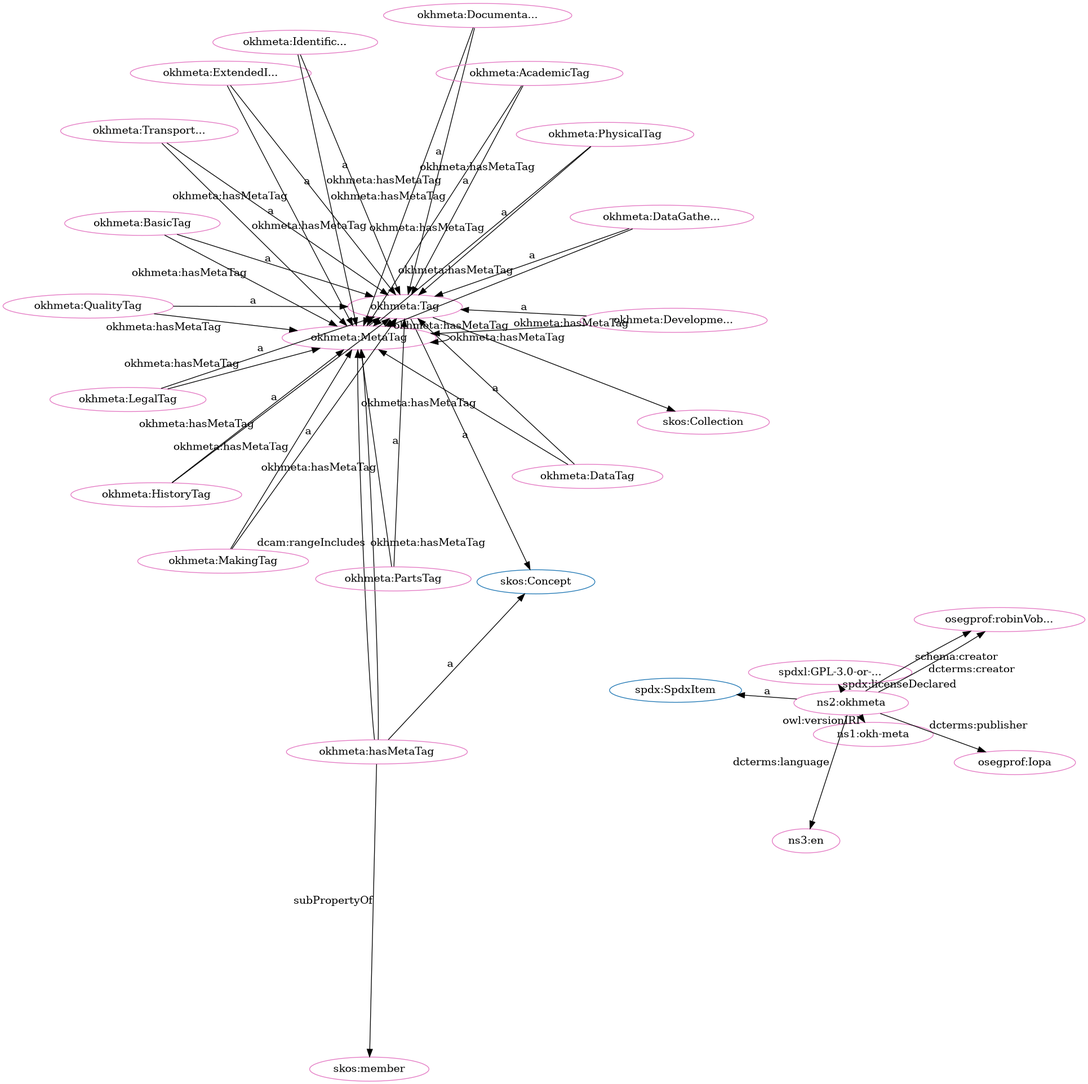
Above: src/spec/dot_okh-meta-clean.png in iop-alliance/OpenKnowHow (Graphviz), before the change. Its source is kept beside it as src/spec/dot_okh-meta-clean.dot.
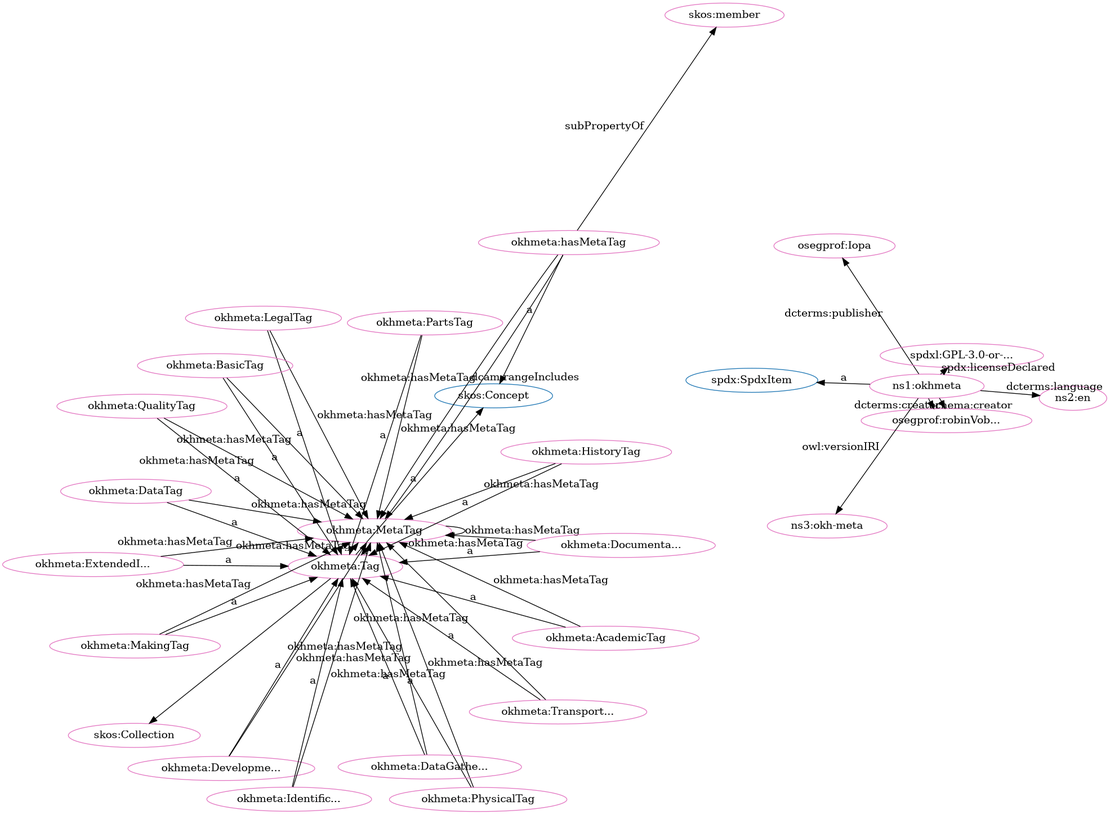
The same file after the commit.

The edit, as a diff of the source:
```diff
@@ -2,79 +2,79 @@
   rankdir=BT
   node[height=.3]
 "http://www.w3.org/2004/02/skos/core#Collection" [fillcolor="#1f77b4" color="#1f77b4" label="skos:Collection"]
+"http://www.w3.org/2004/02/skos/core#Concept" [fillcolor="#1f77b4" color="#1f77b4" label="skos:Concept"]
 "http://w3id.org/oseg/ont/okhmeta#Tag" [fillcolor="#1f77b4" color="#1f77b4" label="okhmeta:Tag"]
-"http://www.w3.org/2004/02/skos/core#Concept" [fillcolor="#1f77b4" color="#1f77b4" label="skos:Concept"]
 "http://spdx.org/rdf/terms#SpdxItem" [fillcolor="#1f77b4" color="#1f77b4" label="spdx:SpdxItem"]
-"http://w3id.org/oseg/ont/okhmeta#ExtendedInfoTag" [fillcolor="#e377c2" color="#e377c2" label="okhmeta:ExtendedI..."]
-"http://w3id.org/oseg/ont/okhmeta#PhysicalTag" [fillcolor="#e377c2" color="#e377c2" label="okhmeta:PhysicalTag"]
-"http://w3id.org/oseg/ont/1.1.0/okh-meta" [fillcolor="#e377c2" color="#e377c2" label="ns1:okh-meta"]
 "http://w3id.org/oseg/ont/okhmeta#MetaTag" [fillcolor="#e377c2" color="#e377c2" label="okhmeta:MetaTag"]
 "http://w3id.org/oseg/ont/okhmeta#QualityTag" [fillcolor="#e377c2" color="#e377c2" label="okhmeta:QualityTag"]
 "http://w3id.org/oseg/ont/okhmeta#hasMetaTag" [fillcolor="#e377c2" color="#e377c2" label="okhmeta:hasMetaTag"]
+"http://w3id.org/oseg/ont/okhmeta#DevelopmentTag" [fillcolor="#e377c2" color="#e377c2" label="okhmeta:Developme..."]
+"http://w3id.org/oseg/ont/oseg-profiles#robinVobruba" [fillcolor="#e377c2" color="#e377c2" label="osegprof:robinVob..."]
+"http://w3id.org/oseg/ont/okhmeta#PhysicalTag" [fillcolor="#e377c2" color="#e377c2" label="okhmeta:PhysicalTag"]
+"http://w3id.org/oseg/ont/okhmeta" [fillcolor="#e377c2" color="#e377c2" label="ns1:okhmeta"]
+"http://w3id.org/oseg/ont/okhmeta#DataTag" [fillcolor="#e377c2" color="#e377c2" label="okhmeta:DataTag"]
+"http://w3id.org/oseg/ont/okhmeta#AcademicTag" [fillcolor="#e377c2" color="#e377c2" label="okhmeta:AcademicTag"]
+"http://w3id.org/oseg/ont/okhmeta#TransportationTag" [fillcolor="#e377c2" color="#e377c2" label="okhmeta:Transport..."]
+"http://w3id.org/oseg/ont/okhmeta#LegalTag" [fillcolor="#e377c2" color="#e377c2" label="okhmeta:LegalTag"]
+"http://w3id.org/oseg/ont/okhmeta#IdentificationTag" [fillcolor="#e377c2" color="#e377c2" label="okhmeta:Identific..."]
+"http://w3id.org/oseg/ont/okhmeta#HistoryTag" [fillcolor="#e377c2" color="#e377c2" label="okhmeta:HistoryTag"]
+"http://w3id.org/oseg/ont/oseg-profiles#Iopa" [fillcolor="#e377c2" color="#e377c2" label="osegprof:Iopa"]
+"http://id.loc.gov/vocabulary/iso639-1/en" [fillcolor="#e377c2" color="#e377c2" label="ns2:en"]
+"http://www.w3.org/2004/02/skos/core#Collection" [fillcolor="#e377c2" color="#e377c2" label="skos:Collection"]
+"http://w3id.org/oseg/ont/okhmeta#DocumentationTag" [fillcolor="#e377c2" color="#e377c2" label="okhmeta:Documenta..."]
+"http://w3id.org/oseg/ont/okhmeta#DataGatheringTag" [fillcolor="#e377c2" color="#e377c2" label="okhmeta:DataGathe..."]
+"http://w3id.org/oseg/ont/okhmeta#ExtendedInfoTag" [fillcolor="#e377c2" color="#e377c2" label="okhmeta:ExtendedI..."]
+"http://spdx.org/licenses/GPL-3.0-or-later" [fillcolor="#e377c2" color="#e377c2" label="spdxl:GPL-3.0-or-..."]
+"http://w3id.org/oseg/ont/okhmeta#Tag" [fillcolor="#e377c2" color="#e377c2" label="okhmeta:Tag"]
+"http://w3id.org/oseg/ont/1.1.0/okh-meta" [fillcolor="#e377c2" color="#e377c2" label="ns3:okh-meta"]
+"http://www.w3.org/2004/02/skos/core#member" [fillcolor="#e377c2" color="#e377c2" label="skos:member"]
+"http://w3id.org/oseg/ont/okhmeta#MakingTag" [fillcolor="#e377c2" color="#e377c2" label="okhmeta:MakingTag"]
+"http://w3id.org/oseg/ont/okhmeta#BasicTag" [fillcolor="#e377c2" color="#e377c2" label="okhmeta:BasicTag"]
 "http://w3id.org/oseg/ont/okhmeta#PartsTag" [fillcolor="#e377c2" color="#e377c2" label="okhmeta:PartsTag"]
-"http://w3id.org/oseg/ont/okhmeta" [fillcolor="#e377c2" color="#e377c2" label="ns2:okhmeta"]
-"http://w3id.org/oseg/ont/okhmeta#MakingTag" [fillcolor="#e377c2" color="#e377c2" label="okhmeta:MakingTag"]
-"http://w3id.org/oseg/ont/okhmeta#DataGatheringTag" [fillcolor="#e377c2" color="#e377c2" label="okhmeta:DataGathe..."]
-"http://w3id.org/oseg/ont/okhmeta#HistoryTag" [fillcolor="#e377c2" color="#e377c2" label="okhmeta:HistoryTag"]
-"http://w3id.org/oseg/ont/okhmeta#TransportationTag" [fillcolor="#e377c2" color="#e377c2" label="okhmeta:Transport..."]
-"http://w3id.org/oseg/ont/okhmeta#DevelopmentTag" [fillcolor="#e377c2" color="#e377c2" label="okhmeta:Developme..."]
-"http://w3id.org/oseg/ont/okhmeta#Tag" [fillcolor="#e377c2" color="#e377c2" label="okhmeta:Tag"]
-"http://spdx.org/licenses/GPL-3.0-or-later" [fillcolor="#e377c2" color="#e377c2" label="spdxl:GPL-3.0-or-..."]
-"http://www.w3.org/2004/02/skos/core#member" [fillcolor="#e377c2" color="#e377c2" label="skos:member"]
-"http://www.w3.org/2004/02/skos/core#Collection" [fillcolor="#e377c2" color="#e377c2" label="skos:Collection"]
-"http://w3id.org/oseg/ont/oseg-profiles#Iopa" [fillcolor="#e377c2" color="#e377c2" label="osegprof:Iopa"]
-"http://w3id.org/oseg/ont/okhmeta#IdentificationTag" [fillcolor="#e377c2" color="#e377c2" label="okhmeta:Identific..."]
-"http://w3id.org/oseg/ont/oseg-profiles#robinVobruba" [fillcolor="#e377c2" color="#e377c2" label="osegprof:robinVob..."]
-"http://w3id.org/oseg/ont/okhmeta#DataTag" [fillcolor="#e377c2" color="#e377c2" label="okhmeta:DataTag"]
-"http://w3id.org/oseg/ont/okhmeta#LegalTag" [fillcolor="#e377c2" color="#e377c2" label="okhmeta:LegalTag"]
-"http://w3id.org/oseg/ont/okhmeta#BasicTag" [fillcolor="#e377c2" color="#e377c2" label="okhmeta:BasicTag"]
-"http://w3id.org/oseg/ont/okhmeta#DocumentationTag" [fillcolor="#e377c2" color="#e377c2" label="okhmeta:Documenta..."]
-"http://id.loc.gov/vocabulary/iso639-1/en" [fillcolor="#e377c2" color="#e377c2" label="ns3:en"]
-"http://w3id.org/oseg/ont/okhmeta#AcademicTag" [fillcolor="#e377c2" color="#e377c2" label="okhmeta:AcademicTag"]
-  "http://w3id.org/oseg/ont/okhmeta#ExtendedInfoTag" -> "http://w3id.org/oseg/ont/okhmeta#Tag" [label="a"]
-  "http://w3id.org/oseg/ont/okhmeta#PhysicalTag" -> "http://w3id.org/oseg/ont/okhmeta#Tag" [label="a"]
-  "http://w3id.org/oseg/ont/okhmeta" -> "http://w3id.org/oseg/ont/1.1.0/okh-meta" [label="owl:versionIRI"]
-  "http://w3id.org/oseg/ont/okhmeta#QualityTag" -> "http://w3id.org/oseg/ont/okhmeta#Tag" [label="a"]
-  "http://w3id.org/oseg/ont/okhmeta#PartsTag" -> "http://w3id.org/oseg/ont/okhmeta#Tag" [label="a"]
-  "http://w3id.org/oseg/ont/okhmeta#MakingTag" -> "http://w3id.org/oseg/ont/okhmeta#Tag" [label="a"]
-  "http://w3id.org/oseg/ont/okhmeta#DataGatheringTag" -> "http://w3id.org/oseg/ont/okhmeta#Tag" [label="a"]
+  "http://w3id.org/oseg/ont/okhmeta#PhysicalTag" -> "http://w3id.org/oseg/ont/okhmeta#MetaTag" [label="okhmeta:hasMetaTag"]
+  "http://w3id.org/oseg/ont/okhmeta#AcademicTag" -> "http://w3id.org/oseg/ont/okhmeta#MetaTag" [label="okhmeta:hasMetaTag"]
+  "http://w3id.org/oseg/ont/okhmeta#HistoryTag" -> "http://w3id.org/oseg/ont/okhmeta#MetaTag" [label="okhmeta:hasMetaTag"]
   "http://w3id.org/oseg/ont/okhmeta#Tag" -> "http://w3id.org/oseg/ont/okhmeta#MetaTag" [label="okhmeta:hasMetaTag"]
-  "http://w3id.org/oseg/ont/okhmeta#HistoryTag" -> "http://w3id.org/oseg/ont/okhmeta#Tag" [label="a"]
-  "http://w3id.org/oseg/ont/okhmeta#hasMetaTag" -> "http://w3id.org/oseg/ont/okhmeta#MetaTag" [label="dcam:rangeIncludes"]
-  "http://w3id.org/oseg/ont/okhmeta#DevelopmentTag" -> "http://w3id.org/oseg/ont/okhmeta#MetaTag" [label="okhmeta:hasMetaTag"]
-  "http://w3id.org/oseg/ont/okhmeta#DevelopmentTag" -> "http://w3id.org/oseg/ont/okhmeta#Tag" [label="a"]
-  "http://w3id.org/oseg/ont/okhmeta#PartsTag" -> "http://w3id.org/oseg/ont/okhmeta#MetaTag" [label="okhmeta:hasMetaTag"]
   "http://w3id.org/oseg/ont/okhmeta#DataGatheringTag" -> "http://w3id.org/oseg/ont/okhmeta#MetaTag" [label="okhmeta:hasMetaTag"]
-  "http://w3id.org/oseg/ont/okhmeta#BasicTag" -> "http://w3id.org/oseg/ont/okhmeta#MetaTag" [label="okhmeta:hasMetaTag"]
-  "http://w3id.org/oseg/ont/okhmeta#HistoryTag" -> "http://w3id.org/oseg/ont/okhmeta#MetaTag" [label="okhmeta:hasMetaTag"]
-  "http://w3id.org/oseg/ont/okhmeta" -> "http://w3id.org/oseg/ont/oseg-profiles#robinVobruba" [label="schema:creator"]
+  "http://w3id.org/oseg/ont/okhmeta#ExtendedInfoTag" -> "http://w3id.org/oseg/ont/okhmeta#MetaTag" [label="okhmeta:hasMetaTag"]
+  "http://w3id.org/oseg/ont/okhmeta#DataTag" -> "http://w3id.org/oseg/ont/okhmeta#Tag" [label="a"]
+  "http://w3id.org/oseg/ont/okhmeta#TransportationTag" -> "http://w3id.org/oseg/ont/okhmeta#Tag" [label="a"]
+  "http://w3id.org/oseg/ont/okhmeta#LegalTag" -> "http://w3id.org/oseg/ont/okhmeta#Tag" [label="a"]
+  "http://w3id.org/oseg/ont/okhmeta#IdentificationTag" -> "http://w3id.org/oseg/ont/okhmeta#Tag" [label="a"]
   "http://w3id.org/oseg/ont/okhmeta" -> "http://w3id.org/oseg/ont/oseg-profiles#robinVobruba" [label="dcterms:creator"]
-  "http://w3id.org/oseg/ont/okhmeta#LegalTag" -> "http://w3id.org/oseg/ont/okhmeta#MetaTag" [label="okhmeta:hasMetaTag"]
-  "http://w3id.org/oseg/ont/okhmeta#BasicTag" -> "http://w3id.org/oseg/ont/okhmeta#Tag" [label="a"]
   "http://w3id.org/oseg/ont/okhmeta#DocumentationTag" -> "http://w3id.org/oseg/ont/okhmeta#Tag" [label="a"]
   "http://w3id.org/oseg/ont/okhmeta#MetaTag" -> "http://w3id.org/oseg/ont/okhmeta#Tag" [label="a"]
+  "http://w3id.org/oseg/ont/okhmeta#Tag" -> "http://www.w3.org/2004/02/skos/core#Concept" [label="a"]
+  "http://w3id.org/oseg/ont/okhmeta#IdentificationTag" -> "http://w3id.org/oseg/ont/okhmeta#MetaTag" [label="okhmeta:hasMetaTag"]
+  "http://w3id.org/oseg/ont/okhmeta#MakingTag" -> "http://w3id.org/oseg/ont/okhmeta#MetaTag" [label="okhmeta:hasMetaTag"]
+  "http://w3id.org/oseg/ont/okhmeta#DocumentationTag" -> "http://w3id.org/oseg/ont/okhmeta#MetaTag" [label="okhmeta:hasMetaTag"]
+  "http://w3id.org/oseg/ont/okhmeta" -> "http://w3id.org/oseg/ont/1.1.0/okh-meta" [label="owl:versionIRI"]
+  "http://w3id.org/oseg/ont/okhmeta#hasMetaTag" -> "http://www.w3.org/2004/02/skos/core#member" [label="subPropertyOf"]
+  "http://w3id.org/oseg/ont/okhmeta#BasicTag" -> "http://w3id.org/oseg/ont/okhmeta#Tag" [label="a"]
+  "http://w3id.org/oseg/ont/okhmeta#PartsTag" -> "http://w3id.org/oseg/ont/okhmeta#Tag" [label="a"]
+  "http://w3id.org/oseg/ont/okhmeta#QualityTag" -> "http://w3id.org/oseg/ont/okhmeta#Tag" [label="a"]
+  "http://w3id.org/oseg/ont/okhmeta#DataTag" -> "http://w3id.org/oseg/ont/okhmeta#MetaTag" [label="okhmeta:hasMetaTag"]
+  "http://w3id.org/oseg/ont/okhmeta#TransportationTag" -> "http://w3id.org/oseg/ont/okhmeta#MetaTag" [label="okhmeta:hasMetaTag"]
+  "http://w3id.org/oseg/ont/okhmeta#LegalTag" -> "http://w3id.org/oseg/ont/okhmeta#MetaTag" [label="okhmeta:hasMetaTag"]
+  "http://w3id.org/oseg/ont/okhmeta#DevelopmentTag" -> "http://w3id.org/oseg/ont/okhmeta#Tag" [label="a"]
+  "http://w3id.org/oseg/ont/okhmeta" -> "http://w3id.org/oseg/ont/oseg-profiles#robinVobruba" [label="schema:creator"]
+  "http://w3id.org/oseg/ont/okhmeta#PhysicalTag" -> "http://w3id.org/oseg/ont/okhmeta#Tag" [label="a"]
+  "http://w3id.org/oseg/ont/okhmeta#AcademicTag" -> "http://w3id.org/oseg/ont/okhmeta#Tag" [label="a"]
+  "http://w3id.org/oseg/ont/okhmeta#hasMetaTag" -> "http://w3id.org/oseg/ont/okhmeta#MetaTag" [label="okhmeta:hasMetaTag"]
+  "http://w3id.org/oseg/ont/okhmeta" -> "http://spdx.org/rdf/terms#SpdxItem" [label="a"]
+  "http://w3id.org/oseg/ont/okhmeta#HistoryTag" -> "http://w3id.org/oseg/ont/okhmeta#Tag" [label="a"]
+  "http://w3id.org/oseg/ont/okhmeta#DevelopmentTag" -> "http://w3id.org/oseg/ont/okhmeta#MetaTag" [label="okhmeta:hasMetaTag"]
+  "http://w3id.org/oseg/ont/okhmeta" -> "http://w3id.org/oseg/ont/oseg-profiles#Iopa" [label="dcterms:publisher"]
   "http://w3id.org/oseg/ont/okhmeta" -> "http://id.loc.gov/vocabulary/iso639-1/en" [label="dcterms:language"]
-  "http://w3id.org/oseg/ont/okhmeta#AcademicTag" -> "http://w3id.org/oseg/ont/okhmeta#Tag" [label="a"]
+  "http://w3id.org/oseg/ont/okhmeta#Tag" -> "http://www.w3.org/2004/02/skos/core#Collection" [label=""]
+  "http://w3id.org/oseg/ont/okhmeta#DataGatheringTag" -> "http://w3id.org/oseg/ont/okhmeta#Tag" [label="a"]
+  "http://w3id.org/oseg/ont/okhmeta#ExtendedInfoTag" -> "http://w3id.org/oseg/ont/okhmeta#Tag" [label="a"]
+  "http://w3id.org/oseg/ont/okhmeta#hasMetaTag" -> "http://w3id.org/oseg/ont/okhmeta#MetaTag" [label="dcam:rangeIncludes"]
+  "http://w3id.org/oseg/ont/okhmeta" -> "http://spdx.org/licenses/GPL-3.0-or-later" [label="spdx:licenseDeclared"]
+  "http://w3id.org/oseg/ont/okhmeta#BasicTag" -> "http://w3id.org/oseg/ont/okhmeta#MetaTag" [label="okhmeta:hasMetaTag"]
+  "http://w3id.org/oseg/ont/okhmeta#PartsTag" -> "http://w3id.org/oseg/ont/okhmeta#MetaTag" [label="okhmeta:hasMetaTag"]
+  "http://w3id.org/oseg/ont/okhmeta#hasMetaTag" -> "http://www.w3.org/2004/02/skos/core#Concept" [label="a"]
   "http://w3id.org/oseg/ont/okhmeta#QualityTag" -> "http://w3id.org/oseg/ont/okhmeta#MetaTag" [label="okhmeta:hasMetaTag"]
-  "http://w3id.org/oseg/ont/okhmeta#hasMetaTag" -> "http://www.w3.org/2004/02/skos/core#Concept" [label="a"]
-  "http://w3id.org/oseg/ont/okhmeta#MakingTag" -> "http://w3id.org/oseg/ont/okhmeta#MetaTag" [label="okhmeta:hasMetaTag"]
-  "http://w3id.org/oseg/ont/okhmeta" -> "http://spdx.org/rdf/terms#SpdxItem" [label="a"]
-  "http://w3id.org/oseg/ont/okhmeta#TransportationTag" -> "http://w3id.org/oseg/ont/okhmeta#Tag" [label="a"]
+  "http://w3id.org/oseg/ont/okhmeta#MakingTag" -> "http://w3id.org/oseg/ont/okhmeta#Tag" [label="a"]
   "http://w3id.org/oseg/ont/okhmeta#MetaTag" -> "http://w3id.org/oseg/ont/okhmeta#MetaTag" [label="okhmeta:hasMetaTag"]
-  "http://w3id.org/oseg/ont/okhmeta#IdentificationTag" -> "http://w3id.org/oseg/ont/okhmeta#MetaTag" [label="okhmeta:hasMetaTag"]
-  "http://w3id.org/oseg/ont/okhmeta#Tag" -> "http://www.w3.org/2004/02/skos/core#Concept" [label="a"]
-  "http://w3id.org/oseg/ont/okhmeta" -> "http://spdx.org/licenses/GPL-3.0-or-later" [label="spdx:licenseDeclared"]
-  "http://w3id.org/oseg/ont/okhmeta#hasMetaTag" -> "http://www.w3.org/2004/02/skos/core#member" [label="subPropertyOf"]
-  "http://w3id.org/oseg/ont/okhmeta#Tag" -> "http://www.w3.org/2004/02/skos/core#Collection" [label=""]
-  "http://w3id.org/oseg/ont/okhmeta" -> "http://w3id.org/oseg/ont/oseg-profiles#Iopa" [label="dcterms:publisher"]
-  "http://w3id.org/oseg/ont/okhmeta#DataTag" -> "http://w3id.org/oseg/ont/okhmeta#MetaTag" [label="okhmeta:hasMetaTag"]
-  "http://w3id.org/oseg/ont/okhmeta#IdentificationTag" -> "http://w3id.org/oseg/ont/okhmeta#Tag" [label="a"]
-  "http://w3id.org/oseg/ont/okhmeta#hasMetaTag" -> "http://w3id.org/oseg/ont/okhmeta#MetaTag" [label="okhmeta:hasMetaTag"]
-  "http://w3id.org/oseg/ont/okhmeta#TransportationTag" -> "http://w3id.org/oseg/ont/okhmeta#MetaTag" [label="okhmeta:hasMetaTag"]
-  "http://w3id.org/oseg/ont/okhmeta#DataTag" -> "http://w3id.org/oseg/ont/okhmeta#Tag" [label="a"]
-  "http://w3id.org/oseg/ont/okhmeta#LegalTag" -> "http://w3id.org/oseg/ont/okhmeta#Tag" [label="a"]
-  "http://w3id.org/oseg/ont/okhmeta#ExtendedInfoTag" -> "http://w3id.org/oseg/ont/okhmeta#MetaTag" [label="okhmeta:hasMetaTag"]
-  "http://w3id.org/oseg/ont/okhmeta#PhysicalTag" -> "http://w3id.org/oseg/ont/okhmeta#MetaTag" [label="okhmeta:hasMetaTag"]
-  "http://w3id.org/oseg/ont/okhmeta#DocumentationTag" -> "http://w3id.org/oseg/ont/okhmeta#MetaTag" [label="okhmeta:hasMetaTag"]
-  "http://w3id.org/oseg/ont/okhmeta#AcademicTag" -> "http://w3id.org/oseg/ont/okhmeta#MetaTag" [label="okhmeta:hasMetaTag"]
 }
```
